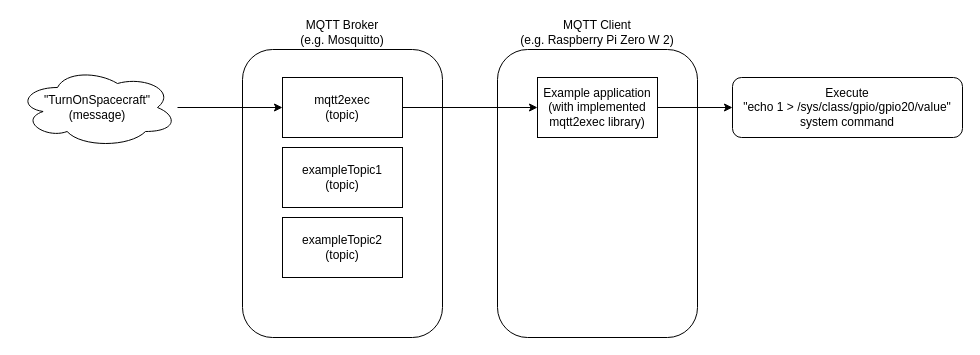
The draw.io diagram ExampleDiagram.drawio in lnarolski/mqtt2exec, before the edit. Source tidied: cells renumbered, new cells numbered last; positions are measured from the earlier drawing's top-left corner, leaving out a move shared by most shapes. Both pictures are drawn from the tidied source at 100%, with x=0, y=0 at pixel (17, 49).
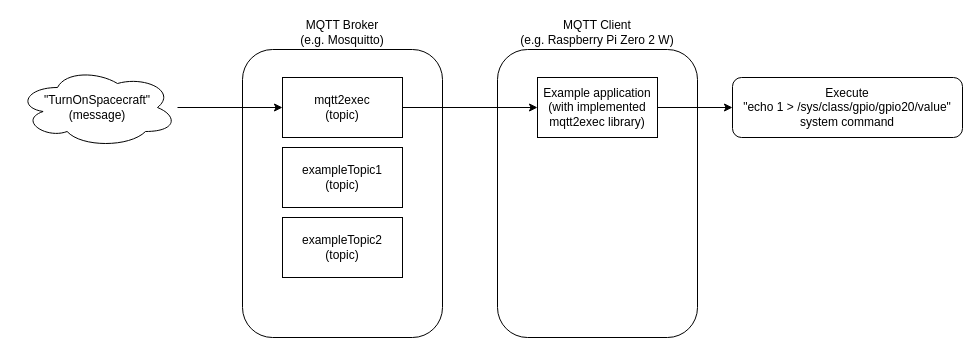
The same page after the edit.

Commit message (it also covers changes not shown here):
Example diagram update

The edit, as a diff of the source:
```diff
@@
 <mxGraphModel>
   <root>
     <mxCell id="0" />
     <mxCell id="1" parent="0" />
-    <mxCell id="2" value="MQTT Client&lt;br&gt;(e.g. Raspberry Pi Zero W 2)" style="rounded=1;whiteSpace=wrap;html=1;labelPosition=center;verticalLabelPosition=top;align=center;verticalAlign=bottom;" parent="1" vertex="1">
+    <mxCell id="2" value="MQTT Client&lt;br&gt;(e.g. Raspberry Pi Zero 2 W)" style="rounded=1;whiteSpace=wrap;html=1;labelPosition=center;verticalLabelPosition=top;align=center;verticalAlign=bottom;" parent="1" vertex="1">
       <mxGeometry x="480" width="200" height="288" as="geometry" />
     </mxCell>
     <mxCell id="3" value="MQTT Broker&lt;br&gt;(e.g. Mosquitto)" style="rounded=1;whiteSpace=wrap;html=1;labelPosition=center;verticalLabelPosition=top;align=center;verticalAlign=bottom;" parent="1" vertex="1">
       <mxGeometry x="225" width="200" height="288" as="geometry" />
     </mxCell>
     <mxCell id="4" style="edgeStyle=orthogonalEdgeStyle;rounded=0;jettySize=auto;html=1;exitX=1;exitY=0.5;exitDx=0;exitDy=0;entryX=0;entryY=0.5;entryDx=0;entryDy=0;" parent="1" edge="1" source="5" target="11">
       <mxGeometry relative="1" as="geometry" />
     </mxCell>
     <mxCell id="5" value="mqtt2exec&lt;br&gt;(topic)" style="rounded=0;whiteSpace=wrap;html=1;" parent="1" vertex="1">
       <mxGeometry x="265" y="28" width="120" height="60" as="geometry" />
     </mxCell>
     <mxCell id="6" value="exampleTopic1&lt;br&gt;(topic)" style="rounded=0;whiteSpace=wrap;html=1;" parent="1" vertex="1">
       <mxGeometry x="265" y="98" width="120" height="60" as="geometry" />
     </mxCell>
     <mxCell id="7" value="exampleTopic2&lt;br&gt;(topic)" style="rounded=0;whiteSpace=wrap;html=1;" parent="1" vertex="1">
       <mxGeometry x="265" y="168" width="120" height="60" as="geometry" />
     </mxCell>
     <mxCell id="8" style="edgeStyle=orthogonalEdgeStyle;rounded=0;jettySize=auto;html=1;" parent="1" edge="1" source="9" target="5">
       <mxGeometry relative="1" as="geometry" />
     </mxCell>
     <mxCell id="9" value="&quot;TurnOnSpacecraft&quot;&lt;br&gt;(message)" style="ellipse;shape=cloud;whiteSpace=wrap;html=1;" parent="1" vertex="1">
       <mxGeometry y="18" width="160" height="80" as="geometry" />
     </mxCell>
     <mxCell id="10" style="edgeStyle=orthogonalEdgeStyle;rounded=0;jettySize=auto;html=1;" parent="1" edge="1" source="11" target="12">
       <mxGeometry relative="1" as="geometry" />
     </mxCell>
     <mxCell id="11" value="Example application&lt;br&gt;(with implemented mqtt2exec library)" style="rounded=0;whiteSpace=wrap;html=1;" parent="1" vertex="1">
       <mxGeometry x="520" y="28" width="120" height="60" as="geometry" />
     </mxCell>
     <mxCell id="12" value="Execute&lt;br&gt;&quot;echo 1 &amp;gt; /sys/class/gpio/gpio20/value&quot;&lt;br&gt;system command" style="rounded=1;whiteSpace=wrap;html=1;" parent="1" vertex="1">
       <mxGeometry x="715" y="28" width="230" height="60" as="geometry" />
     </mxCell>
   </root>
 </mxGraphModel>
```
